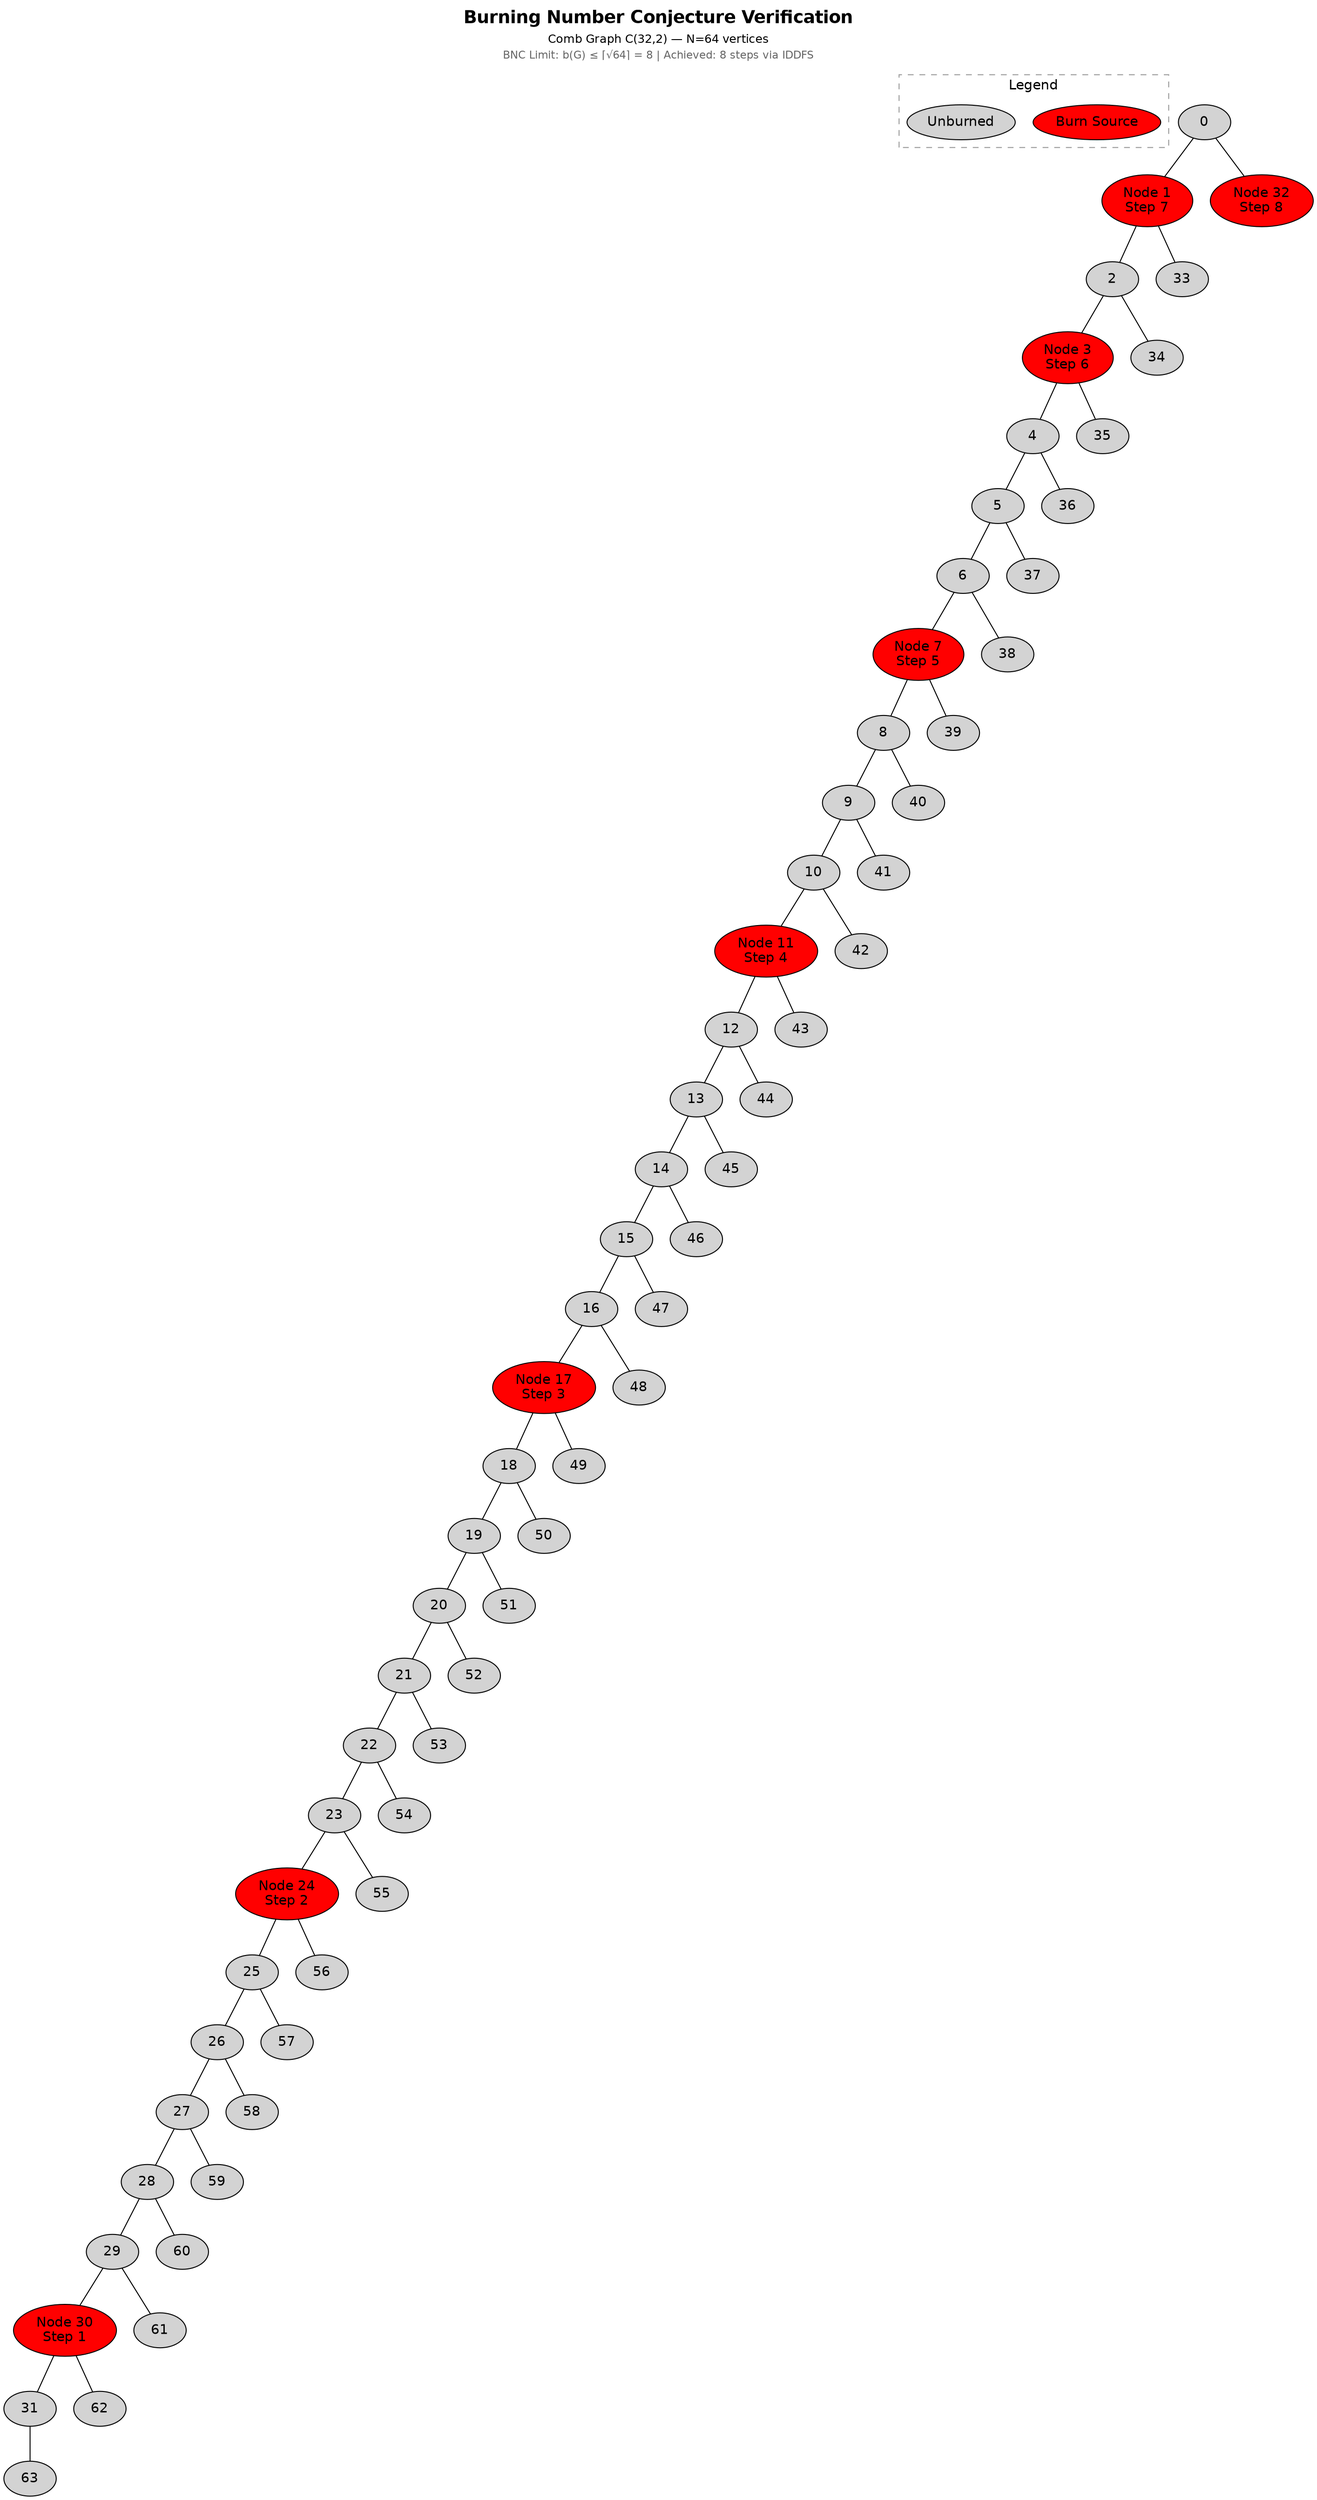
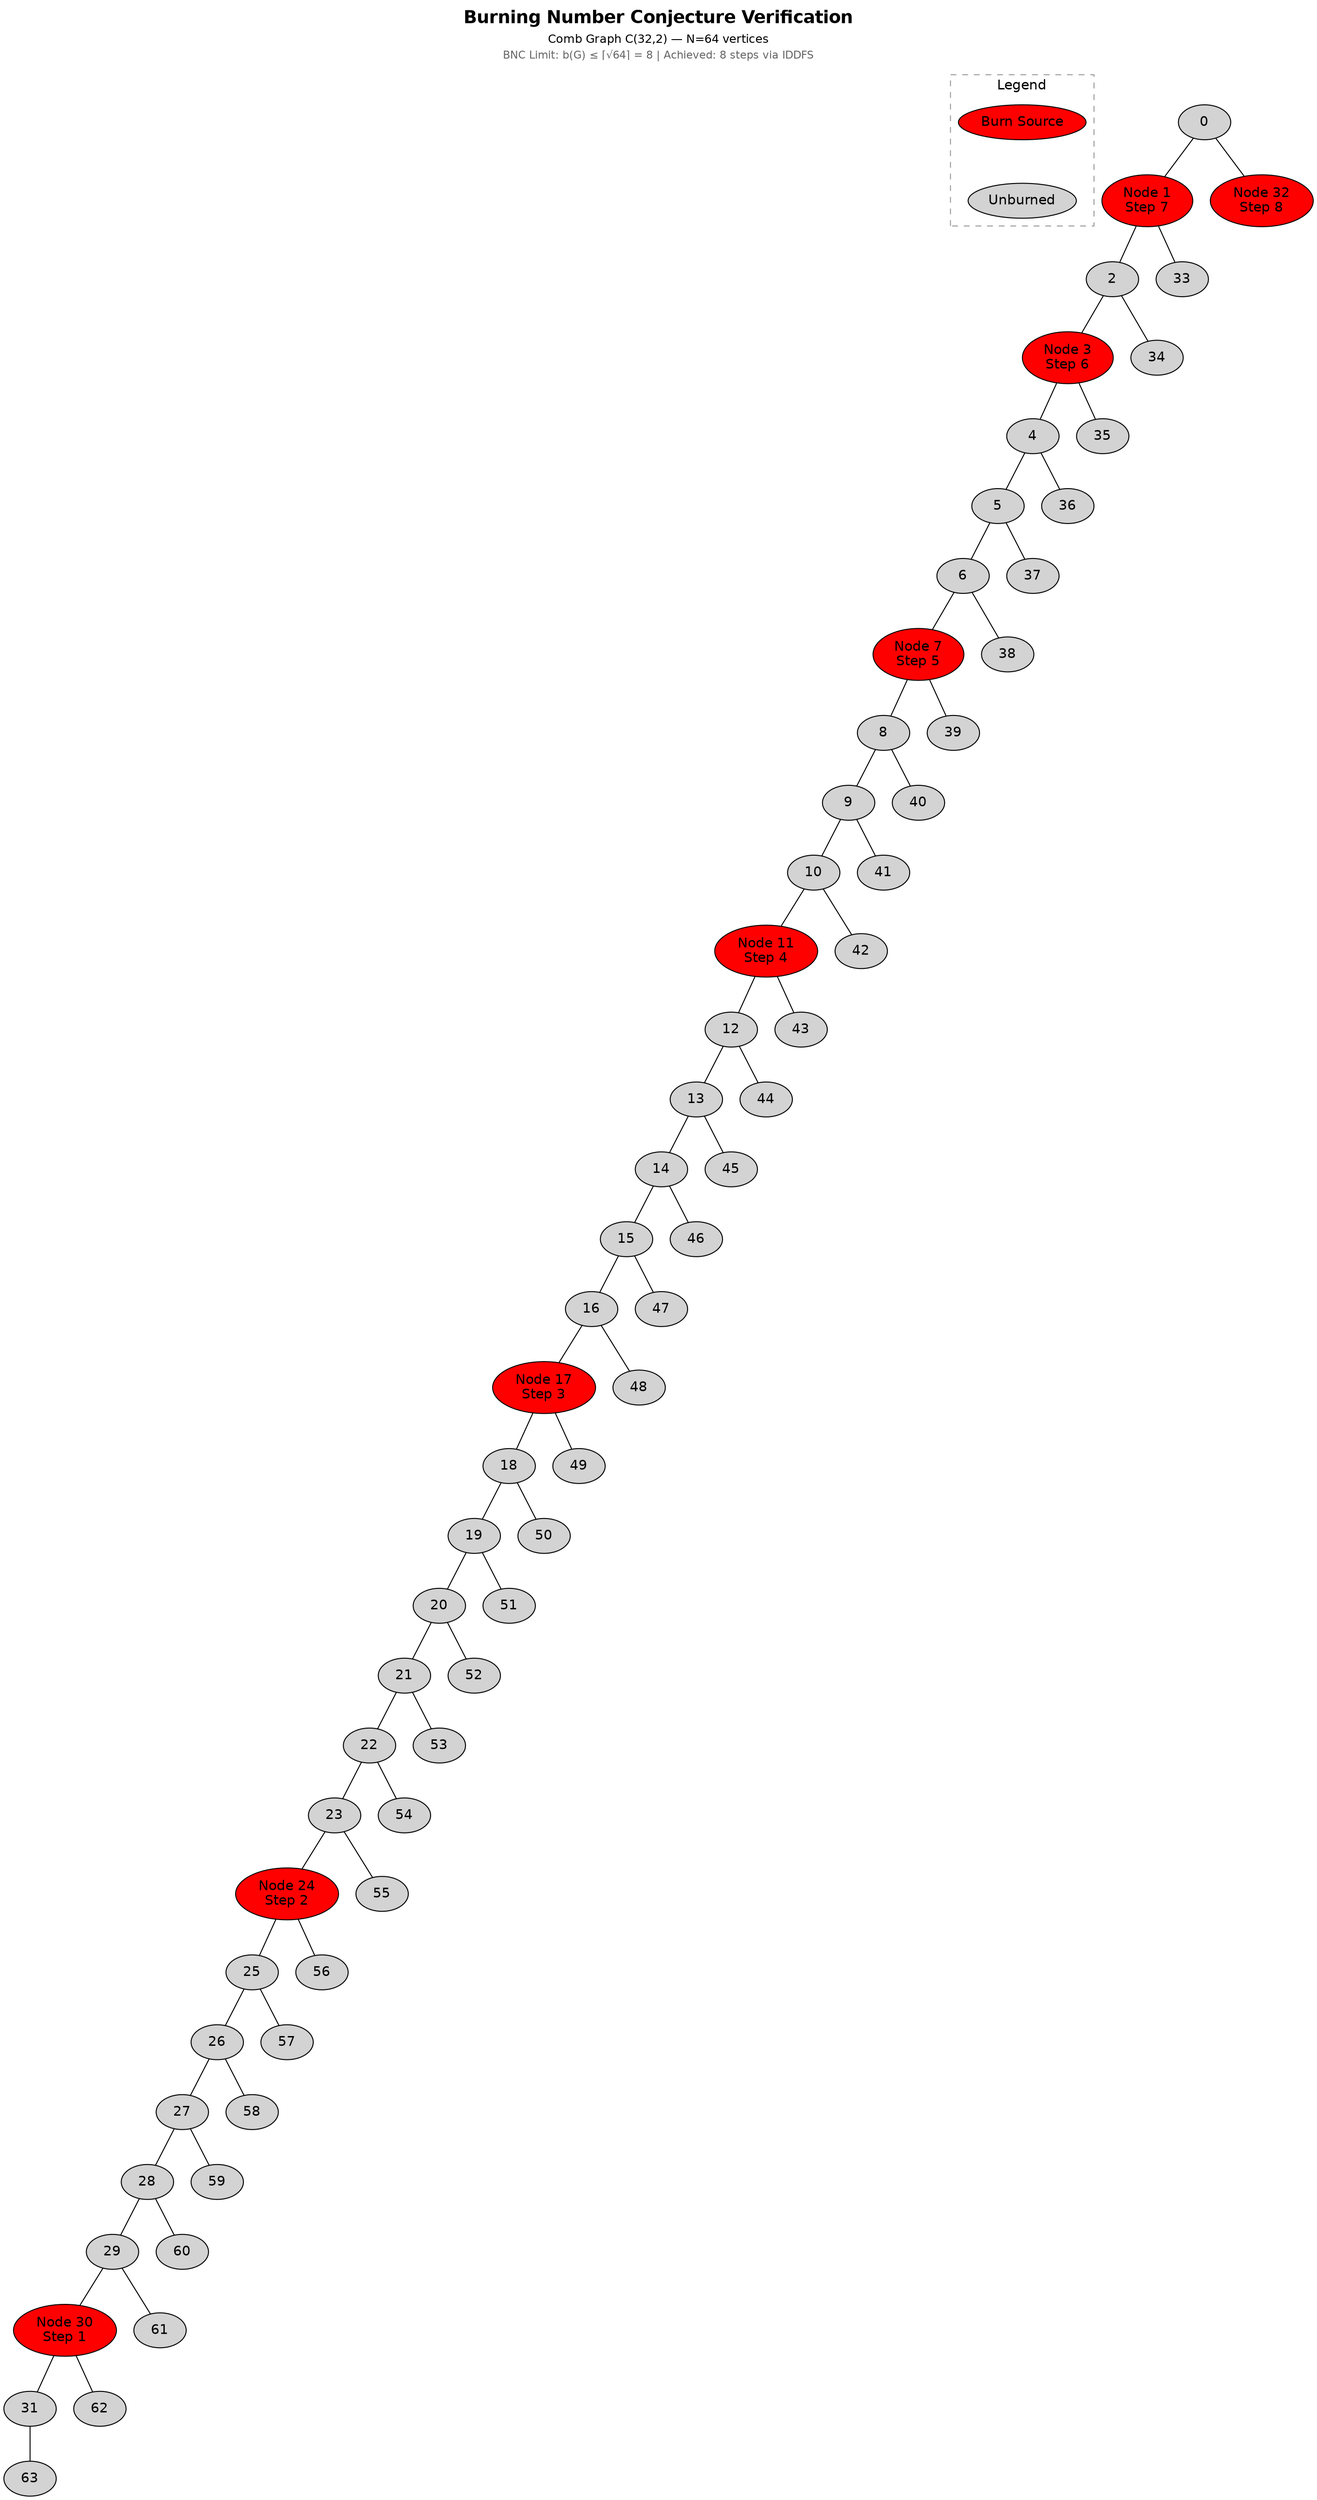
graph Epidemiology {
  graph [
    label=<
      <TABLE BORDER="0" CELLSPACING="0">
        <TR><TD><B><FONT POINT-SIZE="18">Burning Number Conjecture Verification</FONT></B></TD></TR>
        <TR><TD><FONT POINT-SIZE="12">Comb Graph C(32,2) — N=64 vertices</FONT></TD></TR>
        <TR><TD><FONT POINT-SIZE="11" COLOR="gray40">BNC Limit: b(G) ≤ ⌈√64⌉ = 8 | Achieved: 8 steps via IDDFS</FONT></TD></TR>
      </TABLE>
    >
    labelloc=t
    fontname="Helvetica"
  ];
  node [fontname="Helvetica", style=filled, fillcolor=lightgrey];

  subgraph cluster_legend {
    label="Legend";
    fontname="Helvetica";
    style=dashed; color=gray60;
+     rank=source;
    leg_burn [fillcolor=red, label="Burn Source"];
    leg_safe [fillcolor=lightgrey, label="Unburned"];
+     leg_burn -- leg_safe [style=invis];
  }

  30 [fillcolor=red, label="Node 30\nStep 1"];
  24 [fillcolor=red, label="Node 24\nStep 2"];
  17 [fillcolor=red, label="Node 17\nStep 3"];
  11 [fillcolor=red, label="Node 11\nStep 4"];
  7 [fillcolor=red, label="Node 7\nStep 5"];
  3 [fillcolor=red, label="Node 3\nStep 6"];
  1 [fillcolor=red, label="Node 1\nStep 7"];
  32 [fillcolor=red, label="Node 32\nStep 8"];
  0 -- 1;
  0 -- 32;
  1 -- 2;
  1 -- 33;
  2 -- 3;
  2 -- 34;
  3 -- 4;
  3 -- 35;
  4 -- 5;
  4 -- 36;
  5 -- 6;
  5 -- 37;
  6 -- 7;
  6 -- 38;
  7 -- 8;
  7 -- 39;
  8 -- 9;
  8 -- 40;
  9 -- 10;
  9 -- 41;
  10 -- 11;
  10 -- 42;
  11 -- 12;
  11 -- 43;
  12 -- 13;
  12 -- 44;
  13 -- 14;
  13 -- 45;
  14 -- 15;
  14 -- 46;
  15 -- 16;
  15 -- 47;
  16 -- 17;
  16 -- 48;
  17 -- 18;
  17 -- 49;
  18 -- 19;
  18 -- 50;
  19 -- 20;
  19 -- 51;
  20 -- 21;
  20 -- 52;
  21 -- 22;
  21 -- 53;
  22 -- 23;
  22 -- 54;
  23 -- 24;
  23 -- 55;
  24 -- 25;
  24 -- 56;
  25 -- 26;
  25 -- 57;
  26 -- 27;
  26 -- 58;
  27 -- 28;
  27 -- 59;
  28 -- 29;
  28 -- 60;
  29 -- 30;
  29 -- 61;
  30 -- 31;
  30 -- 62;
  31 -- 63;
}
